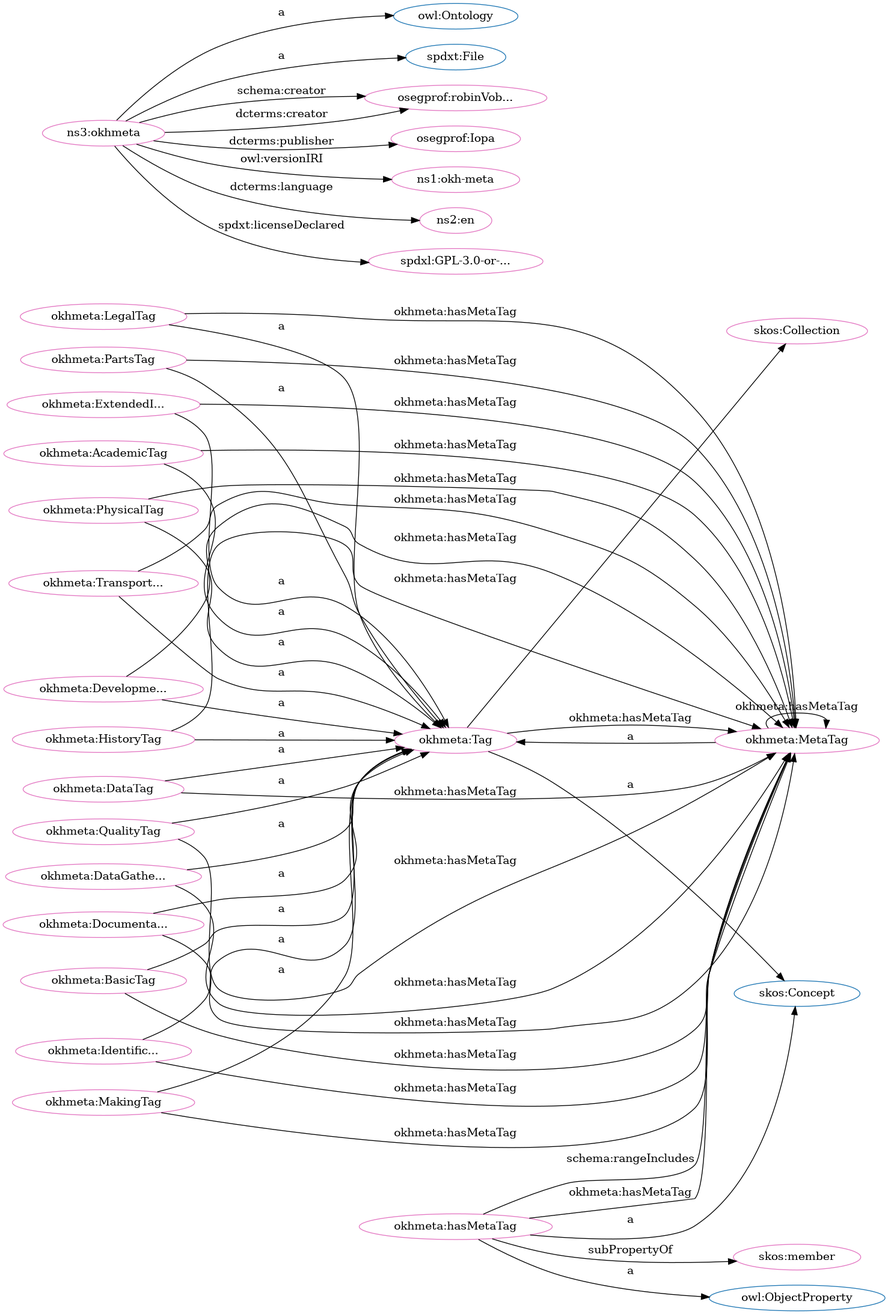
iop-alliance/OpenKnowHow keeps this Graphviz diagram as src/spec/dot_okh-meta.png. Above is the earlier version. Its source is kept beside it as src/spec/dot_okh-meta.dot.
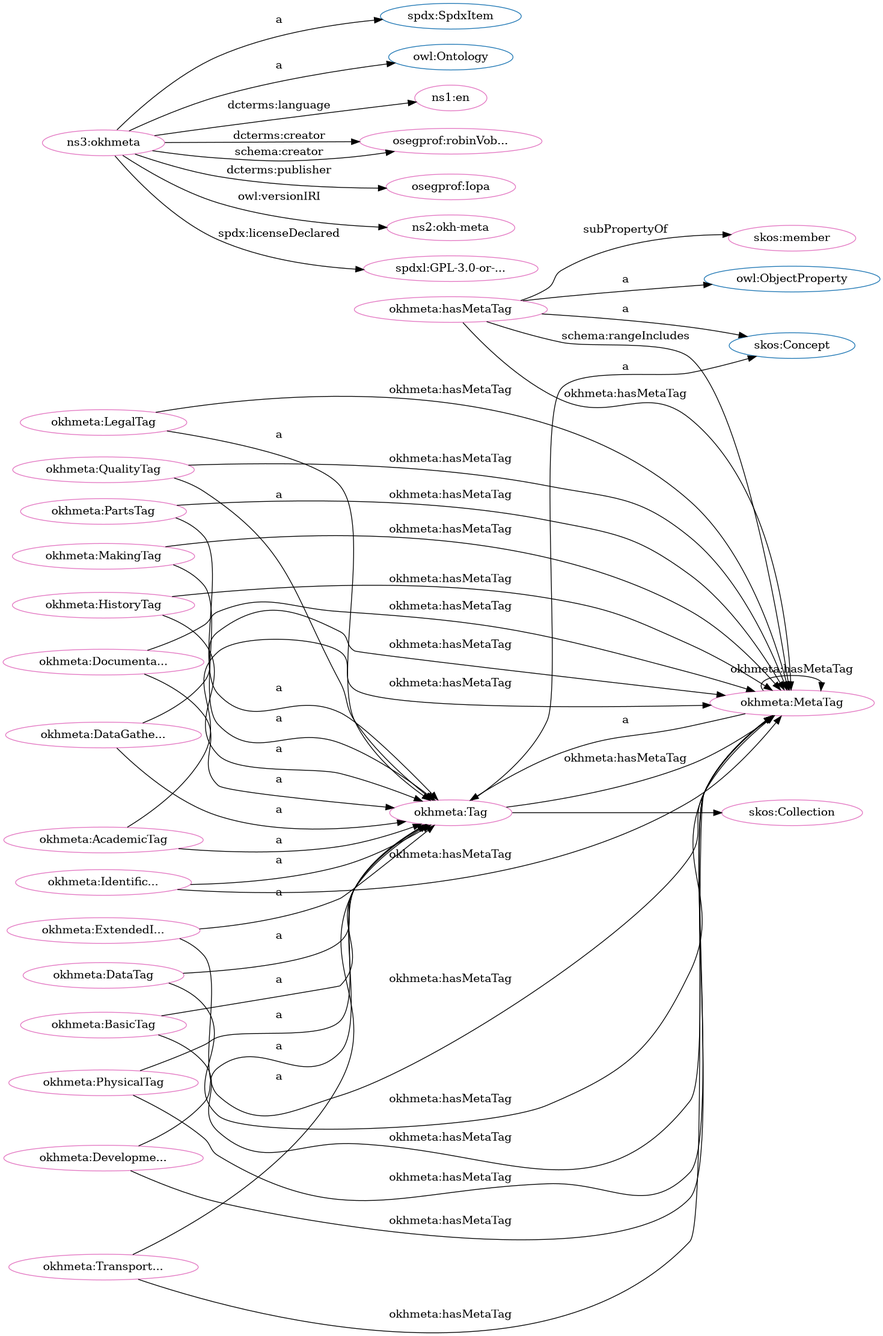
After the commit.

Diff of the diagram source:
```diff
@@ -2,84 +2,84 @@
   rankdir=BT
   node[height=.3]
 "http://www.w3.org/2004/02/skos/core#Collection" [fillcolor="#1f77b4" color="#1f77b4" label="skos:Collection"]
-"https://w3id.org/oseg/ont/okhmeta#MetaTag" [fillcolor="#1f77b4" color="#1f77b4" label="okhmeta:MetaTag"]
+"http://spdx.org/rdf/terms#SpdxItem" [fillcolor="#1f77b4" color="#1f77b4" label="spdx:SpdxItem"]
+"http://w3id.org/oseg/ont/okhmeta#Tag" [fillcolor="#1f77b4" color="#1f77b4" label="okhmeta:Tag"]
 "http://www.w3.org/2002/07/owl#Ontology" [fillcolor="#1f77b4" color="#1f77b4" label="owl:Ontology"]
-"https://w3id.org/oseg/ont/okhmeta#Tag" [fillcolor="#1f77b4" color="#1f77b4" label="okhmeta:Tag"]
 "http://www.w3.org/2004/02/skos/core#Concept" [fillcolor="#1f77b4" color="#1f77b4" label="skos:Concept"]
-"http://spdx.org/rdf/terms#File" [fillcolor="#1f77b4" color="#1f77b4" label="spdxt:File"]
+"http://w3id.org/oseg/ont/okhmeta#MetaTag" [fillcolor="#1f77b4" color="#1f77b4" label="okhmeta:MetaTag"]
 "http://www.w3.org/2002/07/owl#ObjectProperty" [fillcolor="#1f77b4" color="#1f77b4" label="owl:ObjectProperty"]
-"https://w3id.org/oseg/ont/okhmeta#MetaTag" [fillcolor="#e377c2" color="#e377c2" label="okhmeta:MetaTag"]
-"https://w3id.org/oseg/ont/okhmeta#BasicTag" [fillcolor="#e377c2" color="#e377c2" label="okhmeta:BasicTag"]
-"https://w3id.org/oseg/ont/oseg-profiles#robinVobruba" [fillcolor="#e377c2" color="#e377c2" label="osegprof:robinVob..."]
-"https://w3id.org/oseg/ont/okhmeta#IdentificationTag" [fillcolor="#e377c2" color="#e377c2" label="okhmeta:Identific..."]
-"https://w3id.org/oseg/ont/okhmeta#MakingTag" [fillcolor="#e377c2" color="#e377c2" label="okhmeta:MakingTag"]
-"https://w3id.org/oseg/ont/okhmeta#HistoryTag" [fillcolor="#e377c2" color="#e377c2" label="okhmeta:HistoryTag"]
-"https://w3id.org/oseg/ont/okhmeta#hasMetaTag" [fillcolor="#e377c2" color="#e377c2" label="okhmeta:hasMetaTag"]
-"https://w3id.org/oseg/ont/okhmeta#PartsTag" [fillcolor="#e377c2" color="#e377c2" label="okhmeta:PartsTag"]
-"https://w3id.org/oseg/ont/okhmeta#DocumentationTag" [fillcolor="#e377c2" color="#e377c2" label="okhmeta:Documenta..."]
-"https://w3id.org/oseg/ont/okhmeta#DataTag" [fillcolor="#e377c2" color="#e377c2" label="okhmeta:DataTag"]
-"https://w3id.org/oseg/ont/oseg-profiles#Iopa" [fillcolor="#e377c2" color="#e377c2" label="osegprof:Iopa"]
-"https://w3id.org/oseg/ont/1.1.0/okh-meta" [fillcolor="#e377c2" color="#e377c2" label="ns1:okh-meta"]
-"https://w3id.org/oseg/ont/okhmeta#ExtendedInfoTag" [fillcolor="#e377c2" color="#e377c2" label="okhmeta:ExtendedI..."]
-"http://id.loc.gov/vocabulary/iso639-1/en" [fillcolor="#e377c2" color="#e377c2" label="ns2:en"]
+"http://www.w3.org/2004/02/skos/core#member" [fillcolor="#e377c2" color="#e377c2" label="skos:member"]
+"http://w3id.org/oseg/ont/okhmeta#MetaTag" [fillcolor="#e377c2" color="#e377c2" label="okhmeta:MetaTag"]
+"http://id.loc.gov/vocabulary/iso639-1/en" [fillcolor="#e377c2" color="#e377c2" label="ns1:en"]
+"http://w3id.org/oseg/ont/oseg-profiles#robinVobruba" [fillcolor="#e377c2" color="#e377c2" label="osegprof:robinVob..."]
+"http://w3id.org/oseg/ont/okhmeta#HistoryTag" [fillcolor="#e377c2" color="#e377c2" label="okhmeta:HistoryTag"]
 "http://www.w3.org/2004/02/skos/core#Collection" [fillcolor="#e377c2" color="#e377c2" label="skos:Collection"]
-"https://w3id.org/oseg/ont/okhmeta" [fillcolor="#e377c2" color="#e377c2" label="ns3:okhmeta"]
-"https://w3id.org/oseg/ont/okhmeta#LegalTag" [fillcolor="#e377c2" color="#e377c2" label="okhmeta:LegalTag"]
-"https://w3id.org/oseg/ont/okhmeta#Tag" [fillcolor="#e377c2" color="#e377c2" label="okhmeta:Tag"]
-"https://w3id.org/oseg/ont/okhmeta#DevelopmentTag" [fillcolor="#e377c2" color="#e377c2" label="okhmeta:Developme..."]
-"https://w3id.org/oseg/ont/okhmeta#PhysicalTag" [fillcolor="#e377c2" color="#e377c2" label="okhmeta:PhysicalTag"]
-"https://w3id.org/oseg/ont/okhmeta#AcademicTag" [fillcolor="#e377c2" color="#e377c2" label="okhmeta:AcademicTag"]
-"https://w3id.org/oseg/ont/okhmeta#TransportationTag" [fillcolor="#e377c2" color="#e377c2" label="okhmeta:Transport..."]
-"https://spdx.org/licenses/GPL-3.0-or-later" [fillcolor="#e377c2" color="#e377c2" label="spdxl:GPL-3.0-or-..."]
-"https://w3id.org/oseg/ont/okhmeta#DataGatheringTag" [fillcolor="#e377c2" color="#e377c2" label="okhmeta:DataGathe..."]
-"http://www.w3.org/2004/02/skos/core#member" [fillcolor="#e377c2" color="#e377c2" label="skos:member"]
-"https://w3id.org/oseg/ont/okhmeta#QualityTag" [fillcolor="#e377c2" color="#e377c2" label="okhmeta:QualityTag"]
-  "https://w3id.org/oseg/ont/okhmeta#Tag" -> "https://w3id.org/oseg/ont/okhmeta#MetaTag" [label="okhmeta:hasMetaTag"]
-  "https://w3id.org/oseg/ont/okhmeta#BasicTag" -> "https://w3id.org/oseg/ont/okhmeta#Tag" [label="a"]
-  "https://w3id.org/oseg/ont/okhmeta" -> "https://w3id.org/oseg/ont/oseg-profiles#robinVobruba" [label="schema:creator"]
-  "https://w3id.org/oseg/ont/okhmeta#DevelopmentTag" -> "https://w3id.org/oseg/ont/okhmeta#MetaTag" [label="okhmeta:hasMetaTag"]
-  "https://w3id.org/oseg/ont/okhmeta#MakingTag" -> "https://w3id.org/oseg/ont/okhmeta#Tag" [label="a"]
-  "https://w3id.org/oseg/ont/okhmeta#PhysicalTag" -> "https://w3id.org/oseg/ont/okhmeta#MetaTag" [label="okhmeta:hasMetaTag"]
-  "https://w3id.org/oseg/ont/okhmeta#HistoryTag" -> "https://w3id.org/oseg/ont/okhmeta#Tag" [label="a"]
-  "https://w3id.org/oseg/ont/okhmeta#DocumentationTag" -> "https://w3id.org/oseg/ont/okhmeta#Tag" [label="a"]
-  "https://w3id.org/oseg/ont/okhmeta#MakingTag" -> "https://w3id.org/oseg/ont/okhmeta#MetaTag" [label="okhmeta:hasMetaTag"]
-  "https://w3id.org/oseg/ont/okhmeta#DataTag" -> "https://w3id.org/oseg/ont/okhmeta#Tag" [label="a"]
-  "https://w3id.org/oseg/ont/okhmeta#ExtendedInfoTag" -> "https://w3id.org/oseg/ont/okhmeta#Tag" [label="a"]
-  "https://w3id.org/oseg/ont/okhmeta" -> "http://id.loc.gov/vocabulary/iso639-1/en" [label="dcterms:language"]
-  "https://w3id.org/oseg/ont/okhmeta" -> "http://spdx.org/rdf/terms#File" [label="a"]
-  "https://w3id.org/oseg/ont/okhmeta" -> "http://www.w3.org/2002/07/owl#Ontology" [label="a"]
-  "https://w3id.org/oseg/ont/okhmeta#DevelopmentTag" -> "https://w3id.org/oseg/ont/okhmeta#Tag" [label="a"]
-  "https://w3id.org/oseg/ont/okhmeta#LegalTag" -> "https://w3id.org/oseg/ont/okhmeta#MetaTag" [label="okhmeta:hasMetaTag"]
-  "https://w3id.org/oseg/ont/okhmeta#PhysicalTag" -> "https://w3id.org/oseg/ont/okhmeta#Tag" [label="a"]
-  "https://w3id.org/oseg/ont/okhmeta#ExtendedInfoTag" -> "https://w3id.org/oseg/ont/okhmeta#MetaTag" [label="okhmeta:hasMetaTag"]
-  "https://w3id.org/oseg/ont/okhmeta#TransportationTag" -> "https://w3id.org/oseg/ont/okhmeta#Tag" [label="a"]
-  "https://w3id.org/oseg/ont/okhmeta#IdentificationTag" -> "https://w3id.org/oseg/ont/okhmeta#MetaTag" [label="okhmeta:hasMetaTag"]
-  "https://w3id.org/oseg/ont/okhmeta#PartsTag" -> "https://w3id.org/oseg/ont/okhmeta#MetaTag" [label="okhmeta:hasMetaTag"]
-  "https://w3id.org/oseg/ont/okhmeta#hasMetaTag" -> "http://www.w3.org/2004/02/skos/core#member" [label="subPropertyOf"]
-  "https://w3id.org/oseg/ont/okhmeta" -> "https://w3id.org/oseg/ont/oseg-profiles#robinVobruba" [label="dcterms:creator"]
-  "https://w3id.org/oseg/ont/okhmeta#MetaTag" -> "https://w3id.org/oseg/ont/okhmeta#MetaTag" [label="okhmeta:hasMetaTag"]
-  "https://w3id.org/oseg/ont/okhmeta#QualityTag" -> "https://w3id.org/oseg/ont/okhmeta#MetaTag" [label="okhmeta:hasMetaTag"]
-  "https://w3id.org/oseg/ont/okhmeta#IdentificationTag" -> "https://w3id.org/oseg/ont/okhmeta#Tag" [label="a"]
-  "https://w3id.org/oseg/ont/okhmeta#hasMetaTag" -> "https://w3id.org/oseg/ont/okhmeta#MetaTag" [label="schema:rangeIncludes"]
-  "https://w3id.org/oseg/ont/okhmeta#hasMetaTag" -> "http://www.w3.org/2002/07/owl#ObjectProperty" [label="a"]
-  "https://w3id.org/oseg/ont/okhmeta#PartsTag" -> "https://w3id.org/oseg/ont/okhmeta#Tag" [label="a"]
-  "https://w3id.org/oseg/ont/okhmeta#MetaTag" -> "https://w3id.org/oseg/ont/okhmeta#Tag" [label="a"]
-  "https://w3id.org/oseg/ont/okhmeta#AcademicTag" -> "https://w3id.org/oseg/ont/okhmeta#MetaTag" [label="okhmeta:hasMetaTag"]
-  "https://w3id.org/oseg/ont/okhmeta#HistoryTag" -> "https://w3id.org/oseg/ont/okhmeta#MetaTag" [label="okhmeta:hasMetaTag"]
-  "https://w3id.org/oseg/ont/okhmeta" -> "https://w3id.org/oseg/ont/oseg-profiles#Iopa" [label="dcterms:publisher"]
-  "https://w3id.org/oseg/ont/okhmeta" -> "https://w3id.org/oseg/ont/1.1.0/okh-meta" [label="owl:versionIRI"]
-  "https://w3id.org/oseg/ont/okhmeta#hasMetaTag" -> "http://www.w3.org/2004/02/skos/core#Concept" [label="a"]
-  "https://w3id.org/oseg/ont/okhmeta#Tag" -> "http://www.w3.org/2004/02/skos/core#Collection" [label=""]
-  "https://w3id.org/oseg/ont/okhmeta#DataGatheringTag" -> "https://w3id.org/oseg/ont/okhmeta#MetaTag" [label="okhmeta:hasMetaTag"]
-  "https://w3id.org/oseg/ont/okhmeta#LegalTag" -> "https://w3id.org/oseg/ont/okhmeta#Tag" [label="a"]
-  "https://w3id.org/oseg/ont/okhmeta#Tag" -> "http://www.w3.org/2004/02/skos/core#Concept" [label="a"]
-  "https://w3id.org/oseg/ont/okhmeta#BasicTag" -> "https://w3id.org/oseg/ont/okhmeta#MetaTag" [label="okhmeta:hasMetaTag"]
-  "https://w3id.org/oseg/ont/okhmeta#AcademicTag" -> "https://w3id.org/oseg/ont/okhmeta#Tag" [label="a"]
-  "https://w3id.org/oseg/ont/okhmeta" -> "https://spdx.org/licenses/GPL-3.0-or-later" [label="spdxt:licenseDeclared"]
-  "https://w3id.org/oseg/ont/okhmeta#DataGatheringTag" -> "https://w3id.org/oseg/ont/okhmeta#Tag" [label="a"]
-  "https://w3id.org/oseg/ont/okhmeta#DocumentationTag" -> "https://w3id.org/oseg/ont/okhmeta#MetaTag" [label="okhmeta:hasMetaTag"]
-  "https://w3id.org/oseg/ont/okhmeta#TransportationTag" -> "https://w3id.org/oseg/ont/okhmeta#MetaTag" [label="okhmeta:hasMetaTag"]
-  "https://w3id.org/oseg/ont/okhmeta#DataTag" -> "https://w3id.org/oseg/ont/okhmeta#MetaTag" [label="okhmeta:hasMetaTag"]
-  "https://w3id.org/oseg/ont/okhmeta#QualityTag" -> "https://w3id.org/oseg/ont/okhmeta#Tag" [label="a"]
-  "https://w3id.org/oseg/ont/okhmeta#hasMetaTag" -> "https://w3id.org/oseg/ont/okhmeta#MetaTag" [label="okhmeta:hasMetaTag"]
+"http://w3id.org/oseg/ont/okhmeta#PhysicalTag" [fillcolor="#e377c2" color="#e377c2" label="okhmeta:PhysicalTag"]
+"http://w3id.org/oseg/ont/okhmeta#LegalTag" [fillcolor="#e377c2" color="#e377c2" label="okhmeta:LegalTag"]
+"http://w3id.org/oseg/ont/okhmeta#ExtendedInfoTag" [fillcolor="#e377c2" color="#e377c2" label="okhmeta:ExtendedI..."]
+"http://w3id.org/oseg/ont/okhmeta#BasicTag" [fillcolor="#e377c2" color="#e377c2" label="okhmeta:BasicTag"]
+"http://w3id.org/oseg/ont/okhmeta#QualityTag" [fillcolor="#e377c2" color="#e377c2" label="okhmeta:QualityTag"]
+"http://w3id.org/oseg/ont/okhmeta#PartsTag" [fillcolor="#e377c2" color="#e377c2" label="okhmeta:PartsTag"]
+"http://w3id.org/oseg/ont/oseg-profiles#Iopa" [fillcolor="#e377c2" color="#e377c2" label="osegprof:Iopa"]
+"http://w3id.org/oseg/ont/okhmeta#hasMetaTag" [fillcolor="#e377c2" color="#e377c2" label="okhmeta:hasMetaTag"]
+"http://w3id.org/oseg/ont/okhmeta#IdentificationTag" [fillcolor="#e377c2" color="#e377c2" label="okhmeta:Identific..."]
+"http://w3id.org/oseg/ont/1.1.0/okh-meta" [fillcolor="#e377c2" color="#e377c2" label="ns2:okh-meta"]
+"http://w3id.org/oseg/ont/okhmeta" [fillcolor="#e377c2" color="#e377c2" label="ns3:okhmeta"]
+"http://w3id.org/oseg/ont/okhmeta#TransportationTag" [fillcolor="#e377c2" color="#e377c2" label="okhmeta:Transport..."]
+"http://w3id.org/oseg/ont/okhmeta#DataGatheringTag" [fillcolor="#e377c2" color="#e377c2" label="okhmeta:DataGathe..."]
+"http://w3id.org/oseg/ont/okhmeta#DevelopmentTag" [fillcolor="#e377c2" color="#e377c2" label="okhmeta:Developme..."]
+"http://w3id.org/oseg/ont/okhmeta#AcademicTag" [fillcolor="#e377c2" color="#e377c2" label="okhmeta:AcademicTag"]
+"http://w3id.org/oseg/ont/okhmeta#DataTag" [fillcolor="#e377c2" color="#e377c2" label="okhmeta:DataTag"]
+"http://w3id.org/oseg/ont/okhmeta#DocumentationTag" [fillcolor="#e377c2" color="#e377c2" label="okhmeta:Documenta..."]
+"http://w3id.org/oseg/ont/okhmeta#MakingTag" [fillcolor="#e377c2" color="#e377c2" label="okhmeta:MakingTag"]
+"http://spdx.org/licenses/GPL-3.0-or-later" [fillcolor="#e377c2" color="#e377c2" label="spdxl:GPL-3.0-or-..."]
+"http://w3id.org/oseg/ont/okhmeta#Tag" [fillcolor="#e377c2" color="#e377c2" label="okhmeta:Tag"]
+  "http://w3id.org/oseg/ont/okhmeta#hasMetaTag" -> "http://www.w3.org/2004/02/skos/core#member" [label="subPropertyOf"]
+  "http://w3id.org/oseg/ont/okhmeta#MakingTag" -> "http://w3id.org/oseg/ont/okhmeta#MetaTag" [label="okhmeta:hasMetaTag"]
+  "http://w3id.org/oseg/ont/okhmeta" -> "http://id.loc.gov/vocabulary/iso639-1/en" [label="dcterms:language"]
+  "http://w3id.org/oseg/ont/okhmeta#hasMetaTag" -> "http://w3id.org/oseg/ont/okhmeta#MetaTag" [label="okhmeta:hasMetaTag"]
+  "http://w3id.org/oseg/ont/okhmeta#Tag" -> "http://w3id.org/oseg/ont/okhmeta#MetaTag" [label="okhmeta:hasMetaTag"]
+  "http://w3id.org/oseg/ont/okhmeta#HistoryTag" -> "http://w3id.org/oseg/ont/okhmeta#Tag" [label="a"]
+  "http://w3id.org/oseg/ont/okhmeta#TransportationTag" -> "http://w3id.org/oseg/ont/okhmeta#MetaTag" [label="okhmeta:hasMetaTag"]
+  "http://w3id.org/oseg/ont/okhmeta#PhysicalTag" -> "http://w3id.org/oseg/ont/okhmeta#Tag" [label="a"]
+  "http://w3id.org/oseg/ont/okhmeta#DataGatheringTag" -> "http://w3id.org/oseg/ont/okhmeta#MetaTag" [label="okhmeta:hasMetaTag"]
+  "http://w3id.org/oseg/ont/okhmeta#ExtendedInfoTag" -> "http://w3id.org/oseg/ont/okhmeta#MetaTag" [label="okhmeta:hasMetaTag"]
+  "http://w3id.org/oseg/ont/okhmeta#BasicTag" -> "http://w3id.org/oseg/ont/okhmeta#Tag" [label="a"]
+  "http://w3id.org/oseg/ont/okhmeta#PartsTag" -> "http://w3id.org/oseg/ont/okhmeta#Tag" [label="a"]
+  "http://w3id.org/oseg/ont/okhmeta#MetaTag" -> "http://w3id.org/oseg/ont/okhmeta#Tag" [label="a"]
+  "http://w3id.org/oseg/ont/okhmeta#hasMetaTag" -> "http://www.w3.org/2004/02/skos/core#Concept" [label="a"]
+  "http://w3id.org/oseg/ont/okhmeta#IdentificationTag" -> "http://w3id.org/oseg/ont/okhmeta#Tag" [label="a"]
+  "http://w3id.org/oseg/ont/okhmeta#QualityTag" -> "http://w3id.org/oseg/ont/okhmeta#MetaTag" [label="okhmeta:hasMetaTag"]
+  "http://w3id.org/oseg/ont/okhmeta" -> "http://www.w3.org/2002/07/owl#Ontology" [label="a"]
+  "http://w3id.org/oseg/ont/okhmeta#TransportationTag" -> "http://w3id.org/oseg/ont/okhmeta#Tag" [label="a"]
+  "http://w3id.org/oseg/ont/okhmeta#DataGatheringTag" -> "http://w3id.org/oseg/ont/okhmeta#Tag" [label="a"]
+  "http://w3id.org/oseg/ont/okhmeta#DevelopmentTag" -> "http://w3id.org/oseg/ont/okhmeta#Tag" [label="a"]
+  "http://w3id.org/oseg/ont/okhmeta#hasMetaTag" -> "http://www.w3.org/2002/07/owl#ObjectProperty" [label="a"]
+  "http://w3id.org/oseg/ont/okhmeta#AcademicTag" -> "http://w3id.org/oseg/ont/okhmeta#MetaTag" [label="okhmeta:hasMetaTag"]
+  "http://w3id.org/oseg/ont/okhmeta" -> "http://spdx.org/rdf/terms#SpdxItem" [label="a"]
+  "http://w3id.org/oseg/ont/okhmeta#DataTag" -> "http://w3id.org/oseg/ont/okhmeta#Tag" [label="a"]
+  "http://w3id.org/oseg/ont/okhmeta#DocumentationTag" -> "http://w3id.org/oseg/ont/okhmeta#Tag" [label="a"]
+  "http://w3id.org/oseg/ont/okhmeta#MakingTag" -> "http://w3id.org/oseg/ont/okhmeta#Tag" [label="a"]
+  "http://w3id.org/oseg/ont/okhmeta" -> "http://spdx.org/licenses/GPL-3.0-or-later" [label="spdx:licenseDeclared"]
+  "http://w3id.org/oseg/ont/okhmeta#MetaTag" -> "http://w3id.org/oseg/ont/okhmeta#MetaTag" [label="okhmeta:hasMetaTag"]
+  "http://w3id.org/oseg/ont/okhmeta#Tag" -> "http://www.w3.org/2004/02/skos/core#Concept" [label="a"]
+  "http://w3id.org/oseg/ont/okhmeta#IdentificationTag" -> "http://w3id.org/oseg/ont/okhmeta#MetaTag" [label="okhmeta:hasMetaTag"]
+  "http://w3id.org/oseg/ont/okhmeta" -> "http://w3id.org/oseg/ont/oseg-profiles#robinVobruba" [label="dcterms:creator"]
+  "http://w3id.org/oseg/ont/okhmeta#LegalTag" -> "http://w3id.org/oseg/ont/okhmeta#Tag" [label="a"]
+  "http://w3id.org/oseg/ont/okhmeta#ExtendedInfoTag" -> "http://w3id.org/oseg/ont/okhmeta#Tag" [label="a"]
+  "http://w3id.org/oseg/ont/okhmeta#QualityTag" -> "http://w3id.org/oseg/ont/okhmeta#Tag" [label="a"]
+  "http://w3id.org/oseg/ont/okhmeta#DataTag" -> "http://w3id.org/oseg/ont/okhmeta#MetaTag" [label="okhmeta:hasMetaTag"]
+  "http://w3id.org/oseg/ont/okhmeta" -> "http://w3id.org/oseg/ont/oseg-profiles#Iopa" [label="dcterms:publisher"]
+  "http://w3id.org/oseg/ont/okhmeta" -> "http://w3id.org/oseg/ont/1.1.0/okh-meta" [label="owl:versionIRI"]
+  "http://w3id.org/oseg/ont/okhmeta#PartsTag" -> "http://w3id.org/oseg/ont/okhmeta#MetaTag" [label="okhmeta:hasMetaTag"]
+  "http://w3id.org/oseg/ont/okhmeta#hasMetaTag" -> "http://w3id.org/oseg/ont/okhmeta#MetaTag" [label="schema:rangeIncludes"]
+  "http://w3id.org/oseg/ont/okhmeta#DevelopmentTag" -> "http://w3id.org/oseg/ont/okhmeta#MetaTag" [label="okhmeta:hasMetaTag"]
+  "http://w3id.org/oseg/ont/okhmeta#AcademicTag" -> "http://w3id.org/oseg/ont/okhmeta#Tag" [label="a"]
+  "http://w3id.org/oseg/ont/okhmeta#HistoryTag" -> "http://w3id.org/oseg/ont/okhmeta#MetaTag" [label="okhmeta:hasMetaTag"]
+  "http://w3id.org/oseg/ont/okhmeta#PhysicalTag" -> "http://w3id.org/oseg/ont/okhmeta#MetaTag" [label="okhmeta:hasMetaTag"]
+  "http://w3id.org/oseg/ont/okhmeta#LegalTag" -> "http://w3id.org/oseg/ont/okhmeta#MetaTag" [label="okhmeta:hasMetaTag"]
+  "http://w3id.org/oseg/ont/okhmeta" -> "http://w3id.org/oseg/ont/oseg-profiles#robinVobruba" [label="schema:creator"]
+  "http://w3id.org/oseg/ont/okhmeta#DocumentationTag" -> "http://w3id.org/oseg/ont/okhmeta#MetaTag" [label="okhmeta:hasMetaTag"]
+  "http://w3id.org/oseg/ont/okhmeta#BasicTag" -> "http://w3id.org/oseg/ont/okhmeta#MetaTag" [label="okhmeta:hasMetaTag"]
+  "http://w3id.org/oseg/ont/okhmeta#Tag" -> "http://www.w3.org/2004/02/skos/core#Collection" [label=""]
 }
```
